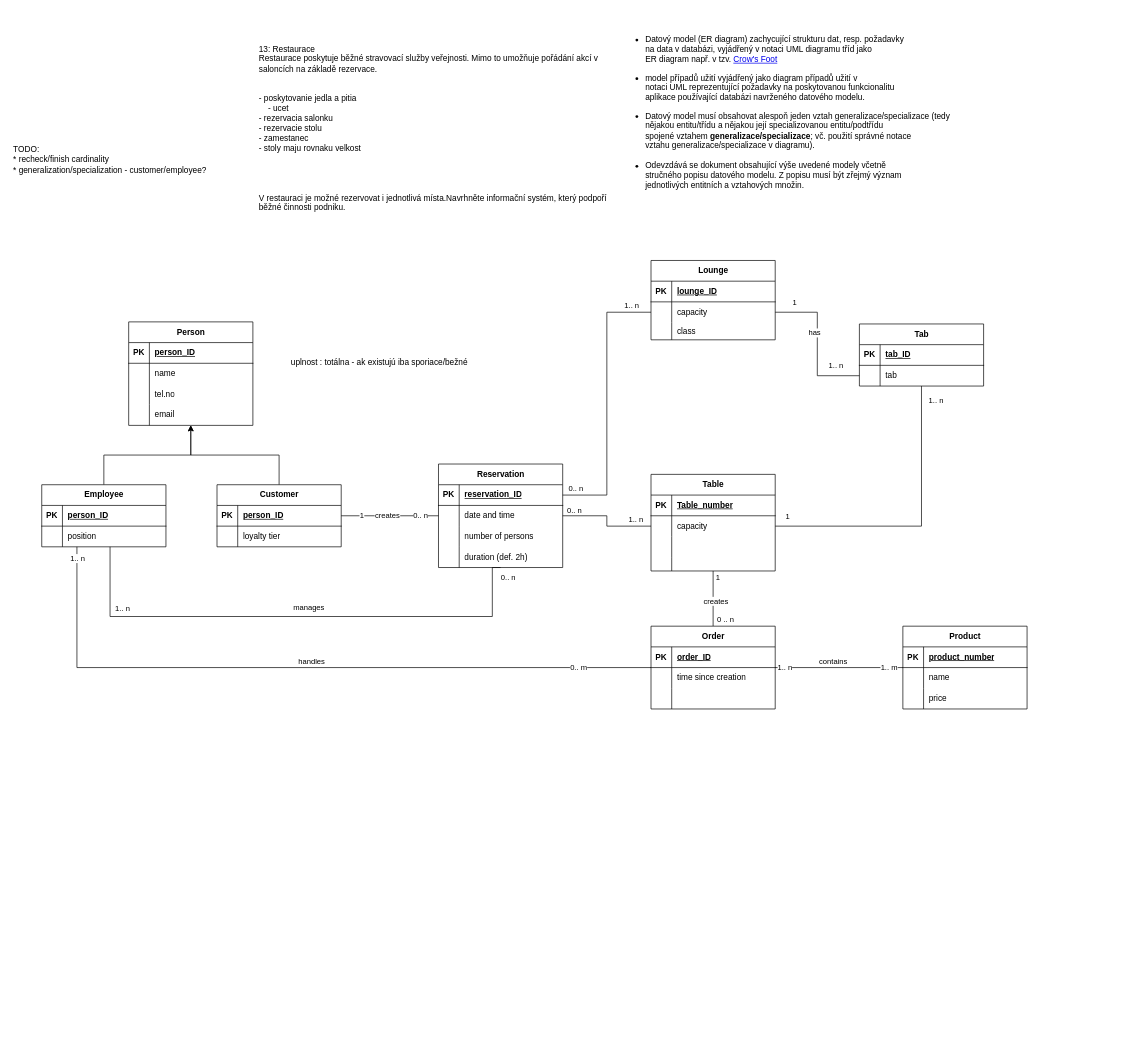
Earlier version of the draw.io diagram Untitled Diagram.drawio (5r6t/IDS_project_2025). Source tidied: cells renumbered, new cells numbered last; positions are measured from the earlier drawing's top-left corner, leaving out a move shared by most shapes. Both pictures are drawn from the tidied source at 69%, with x=0, y=0 at pixel (12, 12).
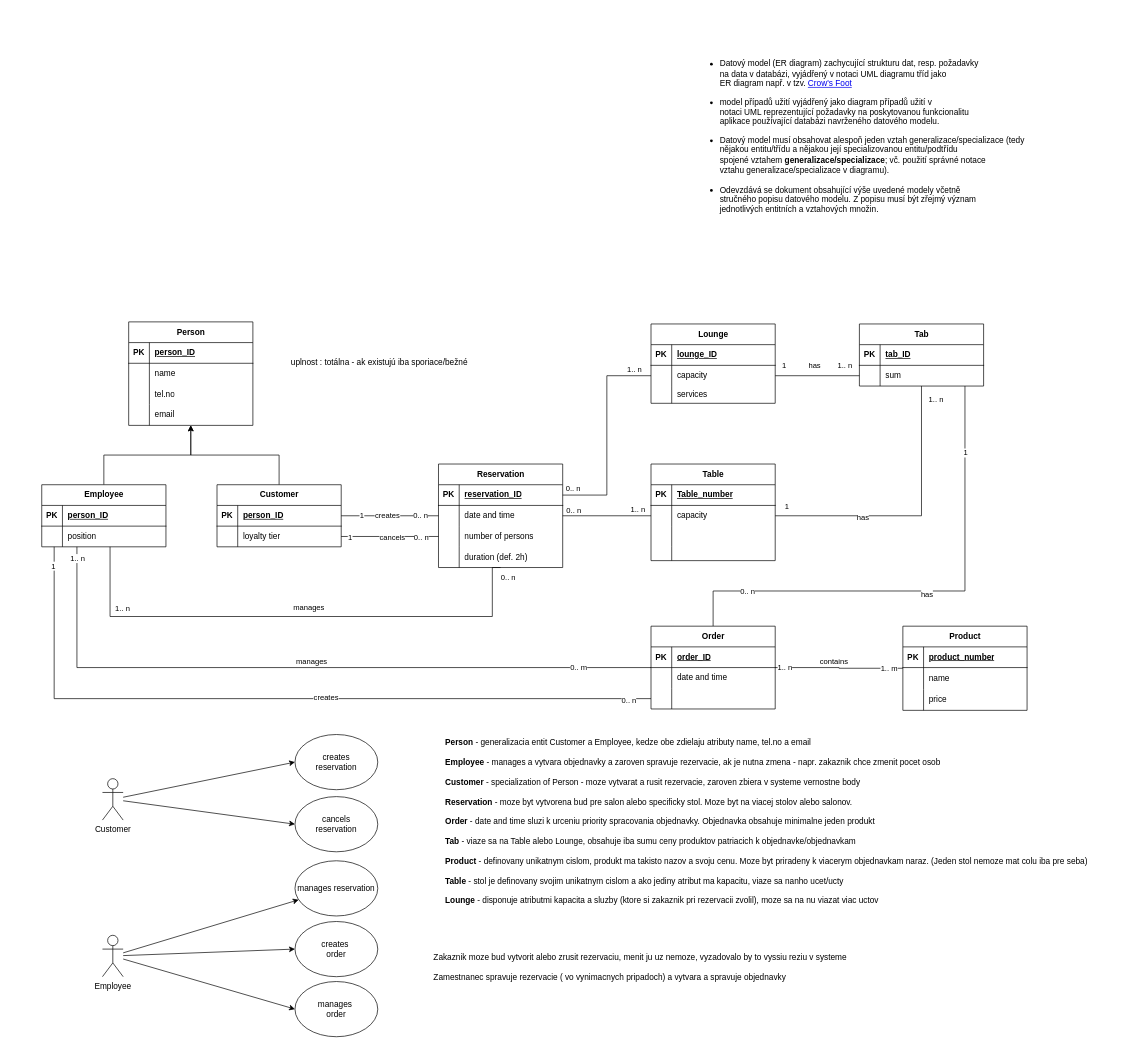
The same page after the edit.

Unchanged cells that the change refers to:
```xml
<mxCell id="9" style="shape=tableRow;horizontal=0;startSize=0;swimlaneHead=0;swimlaneBody=0;fillColor=none;points=[[0,0.5],[1,0.5]];portConstraint=eastwest;top=0;left=0;right=0;bottom=0;" parent="5" vertex="1">
  <mxGeometry y="60" width="180" height="30" as="geometry" />
</mxCell>
<mxCell id="22" style="shape=tableRow;horizontal=0;startSize=0;swimlaneHead=0;swimlaneBody=0;fillColor=none;points=[[0,0.5],[1,0.5]];portConstraint=eastwest;top=0;left=0;right=0;bottom=0;" parent="15" vertex="1">
  <mxGeometry y="90" width="180" height="30" as="geometry" />
</mxCell>
<mxCell id="51" style="edgeStyle=orthogonalEdgeStyle;rounded=0;jettySize=auto;html=1;endArrow=none;endFill=0;" parent="1" edge="1" source="63" target="95">
  <mxGeometry relative="1" as="geometry">
    <Array as="points">
      <mxPoint x="94" y="950" />
    </Array>
  </mxGeometry>
</mxCell>
<mxCell id="63" value="Order" style="shape=table;startSize=30;childLayout=tableLayout;rowLines=0;fontStyle=1;align=center;html=1;" parent="1" vertex="1">
  <mxGeometry x="926" y="890" width="180" height="120" as="geometry" />
</mxCell>
<mxCell id="67" style="shape=tableRow;horizontal=0;startSize=0;swimlaneHead=0;swimlaneBody=0;fillColor=none;top=0;left=0;right=0;bottom=0;" parent="63" vertex="1">
  <mxGeometry y="60" width="180" height="30" as="geometry" />
</mxCell>
<mxCell id="70" style="shape=tableRow;horizontal=0;startSize=0;swimlaneHead=0;swimlaneBody=0;fillColor=none;points=[[0,0.5],[1,0.5]];portConstraint=eastwest;top=0;left=0;right=0;bottom=0;" parent="63" vertex="1">
  <mxGeometry y="90" width="180" height="30" as="geometry" />
</mxCell>
<mxCell id="80" style="shape=tableRow;horizontal=0;startSize=0;swimlaneHead=0;swimlaneBody=0;fillColor=none;top=0;left=0;right=0;bottom=0;" parent="73" vertex="1">
  <mxGeometry y="90" width="180" height="25" as="geometry" />
</mxCell>
<mxCell id="83" value="&lt;div&gt;Tab&lt;/div&gt;" style="shape=table;startSize=30;childLayout=tableLayout;rowLines=0;fontStyle=1;align=center;html=1;" parent="1" vertex="1">
  <mxGeometry x="1228" y="452" width="180" height="90" as="geometry" />
</mxCell>
<mxCell id="87" style="shape=tableRow;horizontal=0;startSize=0;swimlaneHead=0;swimlaneBody=0;fillColor=none;points=[[0,0.5],[1,0.5]];portConstraint=eastwest;top=0;left=0;right=0;bottom=0;" parent="83" vertex="1">
  <mxGeometry y="60" width="180" height="30" as="geometry" />
</mxCell>
<mxCell id="95" value="Employee" style="shape=table;startSize=30;childLayout=tableLayout;rowLines=0;fontStyle=1;align=center;html=1;" parent="1" vertex="1">
  <mxGeometry x="43" y="685" width="180" height="90" as="geometry" />
</mxCell>
<mxCell id="109" style="edgeStyle=orthogonalEdgeStyle;rounded=0;jettySize=auto;html=1;endArrow=none;endFill=0;" parent="1" edge="1" source="32" target="83">
  <mxGeometry relative="1" as="geometry" />
</mxCell>
```

The edit, as a diff of the source:
```diff
@@
-    <mxCell id="2" value="13: Restaurace&#10;Restaurace poskytuje běžné stravovací služby veřejnosti. Mimo to umožňuje pořádání akcí v&#10;saloncích na základě rezervace. &#10;&#10;&#10;- poskytovanie jedla a pitia&#10;    - ucet&#10;- rezervacia salonku&#10;- rezervacie stolu&#10;- zamestanec&#10;- stoly maju rovnaku velkost&#10;&#10;&#10;&#10;&#10;V restauraci je možné rezervovat i jednotlivá místa.Navrhněte informační systém, který podpoří běžné činnosti podniku." style="text;whiteSpace=wrap;" parent="1" vertex="1">
-      <mxGeometry x="356" y="40" width="520" height="80" as="geometry" />
-    </mxCell>
     <mxCell id="3" value="&lt;ul id=&quot;yui_3_18_1_1_1740597586929_71&quot;&gt;&lt;br&gt;&lt;li id=&quot;yui_3_18_1_1_1740597586929_70&quot;&gt;Datový model (ER diagram) zachycující strukturu dat, resp. požadavky&lt;br&gt; na data v databázi, vyjádřený v notaci UML diagramu tříd jako &lt;br&gt;ER diagram např. v tzv. &lt;a href=&quot;https://cs.wikipedia.org/wiki/Entity-relationship_model#Crow.27s_Foot&quot;&gt;Crow's Foot&lt;/a&gt;&lt;/li&gt;&lt;/ul&gt;&lt;ul id=&quot;yui_3_18_1_1_1740597586929_71&quot;&gt;&lt;li id=&quot;yui_3_18_1_1_1740597586929_70&quot;&gt;model případů užití vyjádřený jako diagram případů užití v &lt;br&gt;notaci UML reprezentující požadavky na poskytovanou funkcionalitu &lt;br&gt;aplikace používající databázi navrženého datového modelu. &lt;br&gt;&lt;/li&gt;&lt;/ul&gt;&lt;ul id=&quot;yui_3_18_1_1_1740597586929_71&quot;&gt;&lt;li id=&quot;yui_3_18_1_1_1740597586929_70&quot;&gt;Datový model musí obsahovat alespoň jeden vztah generalizace/specializace (tedy &lt;br&gt;nějakou entitu/třídu a nějakou její specializovanou entitu/podtřídu &lt;br&gt;spojené vztahem &lt;b&gt;generalizace/specializace&lt;/b&gt;; vč. použití správné notace &lt;br&gt;vztahu generalizace/specializace v diagramu).&lt;/li&gt;&lt;br&gt;&lt;li&gt;Odevzdává se dokument obsahující výše uvedené modely včetně &lt;br&gt;stručného popisu datového modelu. Z popisu musí být zřejmý význam &lt;br&gt;jednotlivých entitních a vztahových množin. &lt;/li&gt;&lt;/ul&gt;" style="text;whiteSpace=wrap;html=1;" parent="1" vertex="1">
-      <mxGeometry x="876" width="560" height="260" as="geometry" />
+      <mxGeometry x="984" y="35" width="560" height="260" as="geometry" />
     </mxCell>
@@
     <mxCell id="28" value="Table" style="shape=table;startSize=30;childLayout=tableLayout;rowLines=0;fontStyle=1;align=center;html=1;" parent="1" vertex="1">
-      <mxGeometry x="926" y="670" width="180" height="140" as="geometry" />
+      <mxGeometry x="926" y="655" width="180" height="140" as="geometry" />
     </mxCell>
@@
     <mxCell id="41" value="Product" style="shape=table;startSize=30;childLayout=tableLayout;rowLines=0;fontStyle=1;align=center;html=1;" parent="1" vertex="1">
-      <mxGeometry x="1291" y="890" width="180" height="120" as="geometry" />
+      <mxGeometry x="1291" y="890" width="180" height="122" as="geometry" />
     </mxCell>
@@
     <mxCell id="45" style="shape=tableRow;horizontal=0;startSize=0;swimlaneHead=0;swimlaneBody=0;fillColor=none;top=0;left=0;right=0;bottom=0;" parent="41" vertex="1">
-      <mxGeometry y="60" width="180" height="30" as="geometry" />
+      <mxGeometry y="60" width="180" height="32" as="geometry" />
     </mxCell>
     <mxCell id="46" style="shape=partialRectangle;fillColor=none;top=0;left=0;bottom=0;right=0;overflow=hidden;whiteSpace=wrap;html=1;" parent="45" vertex="1">
-      <mxGeometry width="30" height="30" as="geometry" />
+      <mxGeometry width="30" height="32" as="geometry" />
     </mxCell>
     <mxCell id="47" value="name" style="shape=partialRectangle;fillColor=none;top=0;left=0;bottom=0;right=0;align=left;spacingLeft=6;overflow=hidden;whiteSpace=wrap;html=1;" parent="45" vertex="1">
-      <mxGeometry x="30" width="150" height="30" as="geometry" />
+      <mxGeometry x="30" width="150" height="32" as="geometry" />
     </mxCell>
     <mxCell id="48" style="shape=tableRow;horizontal=0;startSize=0;swimlaneHead=0;swimlaneBody=0;fillColor=none;top=0;left=0;right=0;bottom=0;" parent="41" vertex="1">
-      <mxGeometry y="90" width="180" height="30" as="geometry" />
+      <mxGeometry y="92" width="180" height="30" as="geometry" />
     </mxCell>
@@
-    <mxCell id="54" value="handles" style="edgeLabel;html=1;align=center;verticalAlign=middle;" parent="51" vertex="1">
+    <mxCell id="54" value="manages" style="edgeLabel;html=1;align=center;verticalAlign=middle;" parent="51" vertex="1">
       <mxGeometry x="-0.02" y="1" relative="1" as="geometry">
         <mxPoint y="-11" as="offset" />
       </mxGeometry>
     </mxCell>
@@
-    <mxCell id="59" style="edgeStyle=orthogonalEdgeStyle;rounded=0;jettySize=auto;html=1;endArrow=none;endFill=0;" parent="1" edge="1" source="63" target="28">
-      <mxGeometry relative="1" as="geometry" />
-    </mxCell>
-    <mxCell id="60" value="creates" style="edgeLabel;html=1;align=center;verticalAlign=middle;" parent="59" vertex="1">
-      <mxGeometry x="-0.08" y="-3" relative="1" as="geometry" />
-    </mxCell>
-    <mxCell id="61" value="1" style="edgeLabel;html=1;align=center;verticalAlign=middle;" parent="59" vertex="1">
-      <mxGeometry x="0.74" y="-1" relative="1" as="geometry">
-        <mxPoint x="5" y="-2" as="offset" />
-      </mxGeometry>
-    </mxCell>
-    <mxCell id="62" value="0 .. n" style="edgeLabel;html=1;align=center;verticalAlign=middle;" parent="59" vertex="1">
-      <mxGeometry x="-0.73" y="-2" relative="1" as="geometry">
-        <mxPoint x="15" as="offset" />
-      </mxGeometry>
-    </mxCell>
+    <mxCell id="131" style="edgeStyle=orthogonalEdgeStyle;rounded=0;jettySize=auto;html=1;endArrow=none;startFill=0;" parent="1" edge="1" source="63" target="83">
+      <mxGeometry relative="1" as="geometry">
+        <Array as="points">
+          <mxPoint x="1016" y="839" />
+          <mxPoint x="1381" y="839" />
+        </Array>
+      </mxGeometry>
+    </mxCell>
+    <mxCell id="132" value="has" style="edgeLabel;html=1;align=center;verticalAlign=middle;" parent="131" vertex="1">
+      <mxGeometry x="0.01" y="-4" relative="1" as="geometry" />
+    </mxCell>
+    <mxCell id="133" value="0.. n" style="edgeLabel;html=1;align=center;verticalAlign=middle;" parent="131" vertex="1">
+      <mxGeometry x="-0.72" relative="1" as="geometry" />
+    </mxCell>
+    <mxCell id="134" value="1" style="edgeLabel;html=1;align=center;verticalAlign=middle;" parent="131" vertex="1">
+      <mxGeometry x="0.73" relative="1" as="geometry" />
+    </mxCell>
@@
-    <mxCell id="69" value="time since creation" style="shape=partialRectangle;fillColor=none;top=0;left=0;bottom=0;right=0;align=left;spacingLeft=6;overflow=hidden;whiteSpace=wrap;html=1;" parent="67" vertex="1">
+    <mxCell id="69" value="date and time" style="shape=partialRectangle;fillColor=none;top=0;left=0;bottom=0;right=0;align=left;spacingLeft=6;overflow=hidden;whiteSpace=wrap;html=1;" parent="67" vertex="1">
       <mxGeometry x="30" width="150" height="30" as="geometry" />
     </mxCell>
@@
     <mxCell id="73" value="&lt;div&gt;Lounge&lt;/div&gt;" style="shape=table;startSize=30;childLayout=tableLayout;rowLines=0;fontStyle=1;align=center;html=1;" parent="1" vertex="1">
-      <mxGeometry x="926" y="360" width="180" height="115" as="geometry" />
+      <mxGeometry x="926" y="452" width="180" height="115" as="geometry" />
     </mxCell>
@@
-    <mxCell id="82" value="class" style="shape=partialRectangle;fillColor=none;top=0;left=0;bottom=0;right=0;align=left;spacingLeft=6;overflow=hidden;whiteSpace=wrap;html=1;" parent="80" vertex="1">
+    <mxCell id="82" value="services" style="shape=partialRectangle;fillColor=none;top=0;left=0;bottom=0;right=0;align=left;spacingLeft=6;overflow=hidden;whiteSpace=wrap;html=1;" parent="80" vertex="1">
       <mxGeometry x="30" width="150" height="25" as="geometry" />
     </mxCell>
@@
-    <mxCell id="89" value="tab" style="shape=partialRectangle;fillColor=none;top=0;left=0;bottom=0;right=0;align=left;spacingLeft=6;overflow=hidden;whiteSpace=wrap;html=1;" parent="87" vertex="1">
+    <mxCell id="89" value="sum" style="shape=partialRectangle;fillColor=none;top=0;left=0;bottom=0;right=0;align=left;spacingLeft=6;overflow=hidden;whiteSpace=wrap;html=1;" parent="87" vertex="1">
       <mxGeometry x="30" width="150" height="30" as="geometry" />
     </mxCell>
@@
-    <mxCell id="112" value="&lt;div align=&quot;left&quot;&gt;TODO:&lt;/div&gt;&lt;div align=&quot;left&quot;&gt;* recheck/finish cardinality&amp;nbsp;&lt;/div&gt;&lt;div align=&quot;left&quot;&gt;* generalization/specialization - customer/employee?&lt;/div&gt;" style="text;html=1;align=left;verticalAlign=middle;strokeColor=none;fillColor=none;" parent="1" vertex="1">
-      <mxGeometry y="184" width="300" height="60" as="geometry" />
-    </mxCell>
+    <mxCell id="135" value="has" style="edgeLabel;html=1;align=center;verticalAlign=middle;" parent="109" vertex="1">
+      <mxGeometry x="-0.37" y="-1" relative="1" as="geometry" />
+    </mxCell>
@@
+    <mxCell id="136" style="rounded=0;jettySize=auto;html=1;entryX=0;entryY=0.5;entryDx=0;entryDy=0;" parent="1" edge="1" source="139" target="146">
+      <mxGeometry relative="1" as="geometry" />
+    </mxCell>
+    <mxCell id="137" style="rounded=0;jettySize=auto;html=1;entryX=0;entryY=0.5;entryDx=0;entryDy=0;" parent="1" edge="1" source="139" target="147">
+      <mxGeometry relative="1" as="geometry" />
+    </mxCell>
+    <mxCell id="138" style="rounded=0;jettySize=auto;html=1;" parent="1" edge="1" source="139" target="148">
+      <mxGeometry relative="1" as="geometry" />
+    </mxCell>
+    <mxCell id="139" value="Employee" style="shape=umlActor;verticalLabelPosition=bottom;verticalAlign=top;html=1;outlineConnect=0;" parent="1" vertex="1">
+      <mxGeometry x="131" y="1338" width="30" height="60" as="geometry" />
+    </mxCell>
+    <mxCell id="140" style="rounded=0;jettySize=auto;html=1;entryX=0;entryY=0.5;entryDx=0;entryDy=0;" parent="1" edge="1" source="142" target="154">
+      <mxGeometry relative="1" as="geometry" />
+    </mxCell>
+    <mxCell id="141" style="rounded=0;jettySize=auto;html=1;entryX=0;entryY=0.5;entryDx=0;entryDy=0;" parent="1" edge="1" source="142" target="153">
+      <mxGeometry relative="1" as="geometry" />
+    </mxCell>
+    <mxCell id="142" value="Customer" style="shape=umlActor;verticalLabelPosition=bottom;verticalAlign=top;html=1;outlineConnect=0;" parent="1" vertex="1">
+      <mxGeometry x="131" y="1111" width="30" height="60" as="geometry" />
+    </mxCell>
+    <mxCell id="143" style="edgeStyle=orthogonalEdgeStyle;rounded=0;jettySize=auto;html=1;endArrow=none;startFill=0;" parent="1" edge="1" source="70" target="95">
+      <mxGeometry relative="1" as="geometry">
+        <Array as="points">
+          <mxPoint x="61" y="995" />
+        </Array>
+      </mxGeometry>
+    </mxCell>
+    <mxCell id="144" value="1" style="edgeLabel;html=1;align=center;verticalAlign=middle;" parent="143" vertex="1">
+      <mxGeometry x="0.95" y="2" relative="1" as="geometry" />
+    </mxCell>
+    <mxCell id="145" value="0.. n" style="edgeLabel;html=1;align=center;verticalAlign=middle;" parent="143" vertex="1">
+      <mxGeometry x="-0.94" y="2" relative="1" as="geometry" />
+    </mxCell>
+    <mxCell id="60" value="creates" style="edgeLabel;html=1;align=center;verticalAlign=middle;" parent="143" vertex="1">
+      <mxGeometry x="-0.13" y="-2" relative="1" as="geometry" />
+    </mxCell>
+    <mxCell id="146" value="&lt;div&gt;creates&amp;nbsp;&lt;/div&gt;&lt;div&gt;order&lt;/div&gt;" style="ellipse;whiteSpace=wrap;html=1;" parent="1" vertex="1">
+      <mxGeometry x="410" y="1318" width="120" height="80" as="geometry" />
+    </mxCell>
+    <mxCell id="147" value="&lt;div&gt;manages&amp;nbsp;&lt;/div&gt;&lt;div&gt;order&lt;/div&gt;" style="ellipse;whiteSpace=wrap;html=1;" parent="1" vertex="1">
+      <mxGeometry x="410" y="1405" width="120" height="80" as="geometry" />
+    </mxCell>
+    <mxCell id="148" value="manages reservation" style="ellipse;whiteSpace=wrap;html=1;" parent="1" vertex="1">
+      <mxGeometry x="410" y="1230" width="120" height="80" as="geometry" />
+    </mxCell>
+    <mxCell id="149" style="edgeStyle=orthogonalEdgeStyle;rounded=0;jettySize=auto;html=1;endArrow=none;startFill=0;" parent="1" edge="1" source="9" target="22">
+      <mxGeometry relative="1" as="geometry" />
+    </mxCell>
+    <mxCell id="150" value="cancels" style="edgeLabel;html=1;align=center;verticalAlign=middle;" parent="149" vertex="1">
+      <mxGeometry x="0.03" relative="1" as="geometry" />
+    </mxCell>
+    <mxCell id="151" value="1" style="edgeLabel;html=1;align=center;verticalAlign=middle;" parent="149" vertex="1">
+      <mxGeometry x="-0.83" y="-1" relative="1" as="geometry" />
+    </mxCell>
+    <mxCell id="152" value="0.. n" style="edgeLabel;html=1;align=center;verticalAlign=middle;" parent="149" vertex="1">
+      <mxGeometry x="0.63" relative="1" as="geometry" />
+    </mxCell>
+    <mxCell id="153" value="&lt;div&gt;cancels&lt;/div&gt;&lt;div&gt;reservation&lt;/div&gt;" style="ellipse;whiteSpace=wrap;html=1;" parent="1" vertex="1">
+      <mxGeometry x="410" y="1137" width="120" height="80" as="geometry" />
+    </mxCell>
+    <mxCell id="154" value="&lt;div&gt;creates&lt;/div&gt;&lt;div&gt;reservation&lt;/div&gt;" style="ellipse;whiteSpace=wrap;html=1;" parent="1" vertex="1">
+      <mxGeometry x="410" y="1047" width="120" height="80" as="geometry" />
+    </mxCell>
+    <mxCell id="155" value="&lt;div align=&quot;left&quot;&gt;&lt;b&gt;Person&lt;/b&gt; - generalizacia entit Customer a Employee, kedze obe zdielaju atributy name, tel.no a email&lt;br&gt;&lt;/div&gt;&lt;div&gt;&lt;br&gt;&lt;/div&gt;&lt;div align=&quot;left&quot;&gt;&lt;b&gt;Employee&lt;/b&gt; - manages a vytvara objednavky a zaroven spravuje rezervacie, ak je nutna zmena - napr. zakaznik chce zmenit pocet osob&lt;/div&gt;&lt;div align=&quot;left&quot;&gt;&lt;b&gt;&lt;br&gt;&lt;/b&gt;&lt;/div&gt;&lt;div align=&quot;left&quot;&gt;&lt;b&gt;Customer&lt;/b&gt; - specialization of Person - moze vytvarat a rusit rezervacie, zaroven zbiera v systeme vernostne body&lt;/div&gt;&lt;div align=&quot;left&quot;&gt;&lt;br&gt;&lt;/div&gt;&lt;div align=&quot;left&quot;&gt;&lt;b&gt;Reservation&lt;/b&gt; - moze byt vytvorena bud pre salon alebo specificky stol. Moze byt na viacej stolov alebo salonov. &lt;br&gt;&lt;/div&gt;&lt;div align=&quot;left&quot;&gt;&lt;br&gt;&lt;/div&gt;&lt;div align=&quot;left&quot;&gt;&lt;b&gt;Order&lt;/b&gt; - date and time sluzi k urceniu priority spracovania objednavky. Objednavka obsahuje minimalne jeden produkt&lt;/div&gt;&lt;div align=&quot;left&quot;&gt;&lt;br&gt;&lt;/div&gt;&lt;div align=&quot;left&quot;&gt;&lt;b&gt;Tab&lt;/b&gt; - viaze sa na Table alebo Lounge, obsahuje iba sumu ceny produktov patriacich k objednavke/objednavkam&lt;/div&gt;&lt;div align=&quot;left&quot;&gt;&lt;br&gt;&lt;/div&gt;&lt;div align=&quot;left&quot;&gt;&lt;b&gt;Product&lt;/b&gt; - definovany unikatnym cislom, produkt ma takisto nazov a svoju cenu. Moze byt priradeny k viacerym objednavkam naraz. (Jeden stol nemoze mat colu iba pre seba)&lt;/div&gt;&lt;div align=&quot;left&quot;&gt;&lt;br&gt;&lt;/div&gt;&lt;div align=&quot;left&quot;&gt;&lt;b&gt;Table&lt;/b&gt; - stol je definovany svojim unikatnym cislom a ako jediny atribut ma kapacitu, viaze sa nanho ucet/ucty&lt;/div&gt;&lt;div align=&quot;left&quot;&gt;&lt;br&gt;&lt;/div&gt;&lt;div align=&quot;left&quot;&gt;&lt;b&gt;Lounge&lt;/b&gt; - disponuje atributmi kapacita a sluzby (ktore si zakaznik pri rezervacii zvolil), moze sa na nu viazat viac uctov&lt;/div&gt;" style="text;html=1;align=center;verticalAlign=middle;strokeColor=none;fillColor=none;" parent="1" vertex="1">
+      <mxGeometry x="583" y="1044" width="1019" height="257" as="geometry" />
+    </mxCell>
+    <mxCell id="156" value="&lt;div align=&quot;left&quot;&gt;Zakaznik moze bud vytvorit alebo zrusit rezervaciu, menit ju uz nemoze, vyzadovalo by to vyssiu reziu v systeme&lt;br&gt;&lt;/div&gt;&lt;div align=&quot;left&quot;&gt;&lt;br&gt;&lt;/div&gt;&lt;div align=&quot;left&quot;&gt;Zamestnanec spravuje rezervacie ( vo vynimacnych pripadoch) a vytvara a spravuje objednavky&lt;/div&gt;&lt;div align=&quot;left&quot;&gt;&lt;br&gt;&lt;/div&gt;" style="text;html=1;align=left;verticalAlign=middle;strokeColor=none;fillColor=none;" parent="1" vertex="1">
+      <mxGeometry x="609" y="1357" width="666" height="70" as="geometry" />
+    </mxCell>
```
